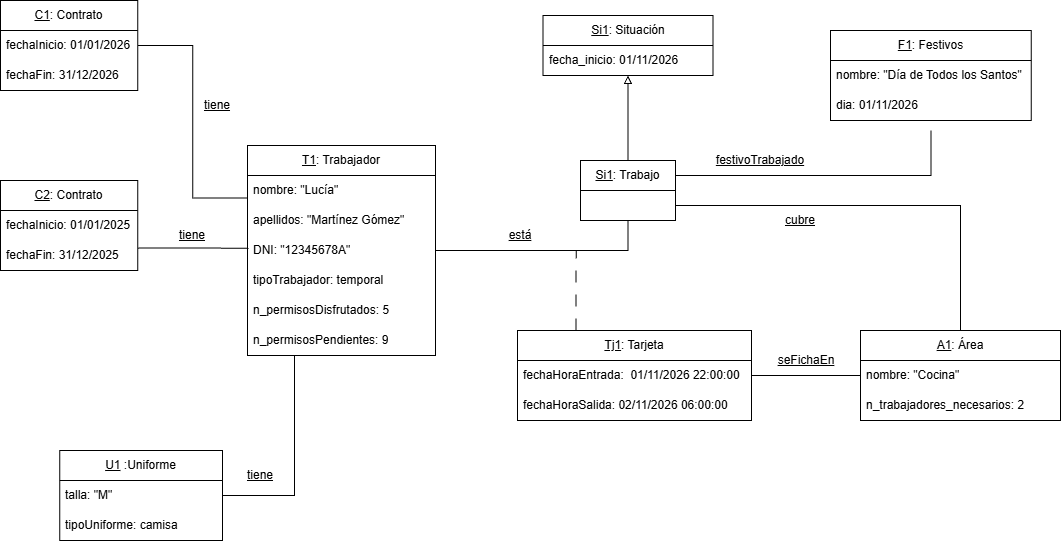
DYL0061/proyecto-curso-iissi1-2026-DYL0061 keeps this draw.io diagram as Imágenes/Diagrama de objetos.png. Above is the earlier version. Source tidied: cells renumbered, new cells last; positions are measured from the earlier drawing's top-left corner, leaving out a move shared by most shapes. Source of this version:
```xml
<mxGraphModel>
  <root>
    <mxCell id="0" />
    <mxCell id="1" parent="0" />
    <mxCell id="2" value="&lt;u&gt;tiene&lt;/u&gt;" style="text;html=1;whiteSpace=wrap;strokeColor=none;fillColor=none;align=center;verticalAlign=middle;rounded=0;" parent="1" vertex="1">
      <mxGeometry x="187" y="90" width="60" height="30" as="geometry" />
    </mxCell>
    <mxCell id="3" style="edgeStyle=orthogonalEdgeStyle;shape=connector;rounded=0;jettySize=auto;html=1;exitX=0;exitY=0.25;exitDx=0;exitDy=0;entryX=1;entryY=0.5;entryDx=0;entryDy=0;strokeColor=default;align=center;verticalAlign=middle;fontFamily=Helvetica;fontSize=11;fontColor=default;labelBackgroundColor=default;defaultLabelBackgroundColor=page;labelPadding=0 4;endArrow=none;endFill=0;" parent="1" edge="1" source="5" target="12">
      <mxGeometry relative="1" as="geometry" />
    </mxCell>
    <mxCell id="4" style="edgeStyle=orthogonalEdgeStyle;shape=connector;rounded=0;jettySize=auto;html=1;exitX=1;exitY=0.5;exitDx=0;exitDy=0;entryX=0.5;entryY=1;entryDx=0;entryDy=0;strokeColor=default;align=center;verticalAlign=middle;fontFamily=Helvetica;fontSize=11;fontColor=default;labelBackgroundColor=default;defaultLabelBackgroundColor=page;labelPadding=0 4;endArrow=none;endFill=0;" parent="1" edge="1" source="5" target="28">
      <mxGeometry relative="1" as="geometry" />
    </mxCell>
    <mxCell id="5" value="&lt;u&gt;T1&lt;/u&gt;: Trabajador" style="swimlane;fontStyle=0;horizontal=1;startSize=30;whiteSpace=wrap;html=1;" parent="1" vertex="1">
      <mxGeometry x="247" y="145" width="188" height="210" as="geometry" />
    </mxCell>
    <mxCell id="6" value="nombre: &quot;Lucía&quot;" style="text;strokeColor=none;fillColor=none;align=left;verticalAlign=middle;spacingLeft=4;spacingRight=4;overflow=hidden;whiteSpace=wrap;html=1;" parent="5" vertex="1">
      <mxGeometry y="30" width="188" height="30" as="geometry" />
    </mxCell>
    <mxCell id="7" value="apellidos: &quot;Martínez Gómez&quot;" style="text;strokeColor=none;fillColor=none;align=left;verticalAlign=middle;spacingLeft=4;spacingRight=4;overflow=hidden;whiteSpace=wrap;html=1;" parent="5" vertex="1">
      <mxGeometry y="60" width="188" height="30" as="geometry" />
    </mxCell>
    <mxCell id="8" value="DNI: &quot;12345678A&quot;" style="text;strokeColor=none;fillColor=none;align=left;verticalAlign=middle;spacingLeft=4;spacingRight=4;overflow=hidden;points=[[0,0.5],[1,0.5]];portConstraint=eastwest;whiteSpace=wrap;html=1;" parent="5" vertex="1">
      <mxGeometry y="90" width="188" height="30" as="geometry" />
    </mxCell>
    <mxCell id="9" value="tipoTrabajador: temporal" style="text;strokeColor=none;fillColor=none;align=left;verticalAlign=middle;spacingLeft=4;spacingRight=4;overflow=hidden;whiteSpace=wrap;html=1;" parent="5" vertex="1">
      <mxGeometry y="120" width="188" height="30" as="geometry" />
    </mxCell>
    <mxCell id="10" value="n_permisosDisfrutados: 5" style="text;strokeColor=none;fillColor=none;align=left;verticalAlign=middle;spacingLeft=4;spacingRight=4;overflow=hidden;whiteSpace=wrap;html=1;" parent="5" vertex="1">
      <mxGeometry y="150" width="188" height="30" as="geometry" />
    </mxCell>
    <mxCell id="11" value="n_permisosPendientes: 9" style="text;strokeColor=none;fillColor=none;align=left;verticalAlign=middle;spacingLeft=4;spacingRight=4;overflow=hidden;whiteSpace=wrap;html=1;" parent="5" vertex="1">
      <mxGeometry y="180" width="188" height="30" as="geometry" />
    </mxCell>
    <mxCell id="12" value="&lt;font style=&quot;font-size: 12px;&quot;&gt;&lt;u&gt;C1&lt;/u&gt;: Contrato&lt;/font&gt;" style="swimlane;fontStyle=0;horizontal=1;startSize=30;whiteSpace=wrap;html=1;fontSize=10;" parent="1" vertex="1">
      <mxGeometry width="137.2" height="90" as="geometry" />
    </mxCell>
    <mxCell id="13" value="&lt;font style=&quot;font-size: 12px;&quot;&gt;fechaInicio: 01/01/2026&lt;/font&gt;" style="text;strokeColor=none;fillColor=none;align=left;verticalAlign=middle;spacingLeft=4;spacingRight=4;overflow=hidden;whiteSpace=wrap;html=1;fontSize=10;" parent="12" vertex="1">
      <mxGeometry y="30" width="137.2" height="30" as="geometry" />
    </mxCell>
    <mxCell id="14" value="&lt;font style=&quot;font-size: 12px;&quot;&gt;fechaFin:&amp;nbsp;&lt;/font&gt;&lt;span style=&quot;font-size: 12px;&quot;&gt;31/12/2026&lt;/span&gt;" style="text;strokeColor=none;fillColor=none;align=left;verticalAlign=middle;spacingLeft=4;spacingRight=4;overflow=hidden;whiteSpace=wrap;html=1;fontSize=10;" parent="12" vertex="1">
      <mxGeometry y="60" width="137.2" height="30" as="geometry" />
    </mxCell>
    <mxCell id="15" value="&lt;u&gt;tiene&lt;/u&gt;" style="text;html=1;whiteSpace=wrap;strokeColor=none;fillColor=none;align=center;verticalAlign=middle;rounded=0;" parent="1" vertex="1">
      <mxGeometry x="230" y="460" width="60" height="30" as="geometry" />
    </mxCell>
    <mxCell id="16" value="&lt;font style=&quot;font-size: 12px;&quot;&gt;&lt;u&gt;C2&lt;/u&gt;: Contrato&lt;/font&gt;" style="swimlane;fontStyle=0;horizontal=1;startSize=30;whiteSpace=wrap;html=1;fontSize=10;" parent="1" vertex="1">
      <mxGeometry y="180" width="137.2" height="90" as="geometry" />
    </mxCell>
    <mxCell id="17" value="&lt;font style=&quot;font-size: 12px;&quot;&gt;fechaInicio: 01/01/2025&lt;/font&gt;" style="text;strokeColor=none;fillColor=none;align=left;verticalAlign=middle;spacingLeft=4;spacingRight=4;overflow=hidden;whiteSpace=wrap;html=1;fontSize=10;" parent="16" vertex="1">
      <mxGeometry y="30" width="137.2" height="30" as="geometry" />
    </mxCell>
    <mxCell id="18" value="&lt;font style=&quot;font-size: 12px;&quot;&gt;fechaFin:&amp;nbsp;31/12/2025&lt;/font&gt;" style="text;strokeColor=none;fillColor=none;align=left;verticalAlign=middle;spacingLeft=4;spacingRight=4;overflow=hidden;whiteSpace=wrap;html=1;fontSize=10;" parent="16" vertex="1">
      <mxGeometry y="60" width="137.2" height="30" as="geometry" />
    </mxCell>
    <mxCell id="19" style="edgeStyle=orthogonalEdgeStyle;shape=connector;rounded=0;jettySize=auto;html=1;exitX=1;exitY=0.75;exitDx=0;exitDy=0;entryX=0.005;entryY=0.425;entryDx=0;entryDy=0;entryPerimeter=0;strokeColor=default;align=center;verticalAlign=middle;fontFamily=Helvetica;fontSize=11;fontColor=default;labelBackgroundColor=default;defaultLabelBackgroundColor=page;labelPadding=0 4;endArrow=none;endFill=0;" parent="1" edge="1" source="16" target="8">
      <mxGeometry relative="1" as="geometry" />
    </mxCell>
    <mxCell id="20" value="&lt;u&gt;tiene&lt;/u&gt;" style="text;html=1;whiteSpace=wrap;strokeColor=none;fillColor=none;align=center;verticalAlign=middle;rounded=0;" parent="1" vertex="1">
      <mxGeometry x="162" y="220" width="60" height="30" as="geometry" />
    </mxCell>
    <mxCell id="21" style="edgeStyle=orthogonalEdgeStyle;shape=connector;rounded=0;jettySize=auto;html=1;exitX=1;exitY=0.5;exitDx=0;exitDy=0;entryX=0.25;entryY=1;entryDx=0;entryDy=0;strokeColor=default;align=center;verticalAlign=middle;fontFamily=Helvetica;fontSize=11;fontColor=default;labelBackgroundColor=default;defaultLabelBackgroundColor=page;labelPadding=0 4;endArrow=none;endFill=0;" parent="1" edge="1" source="22" target="5">
      <mxGeometry relative="1" as="geometry" />
    </mxCell>
    <mxCell id="22" value="&lt;font style=&quot;font-size: 12px;&quot;&gt;&lt;u&gt;U1&lt;/u&gt; :Uniforme&lt;/font&gt;" style="swimlane;fontStyle=0;horizontal=1;startSize=30;whiteSpace=wrap;html=1;fontSize=10;" parent="1" vertex="1">
      <mxGeometry x="59.4" y="450" width="162.6" height="90" as="geometry" />
    </mxCell>
    <mxCell id="23" value="&lt;font style=&quot;font-size: 12px;&quot;&gt;talla: &quot;M&quot;&lt;/font&gt;" style="text;strokeColor=none;fillColor=none;align=left;verticalAlign=middle;spacingLeft=4;spacingRight=4;overflow=hidden;whiteSpace=wrap;html=1;fontSize=10;" parent="22" vertex="1">
      <mxGeometry y="30" width="162.6" height="30" as="geometry" />
    </mxCell>
    <mxCell id="24" value="&lt;font style=&quot;font-size: 12px;&quot;&gt;tipoUniforme: camisa&amp;nbsp;&lt;/font&gt;" style="text;strokeColor=none;fillColor=none;align=left;verticalAlign=middle;spacingLeft=4;spacingRight=4;overflow=hidden;whiteSpace=wrap;html=1;fontSize=10;" parent="22" vertex="1">
      <mxGeometry y="60" width="162.6" height="30" as="geometry" />
    </mxCell>
    <mxCell id="25" value="&lt;u&gt;Si1&lt;/u&gt;: Situación" style="swimlane;fontStyle=0;horizontal=1;startSize=30;whiteSpace=wrap;html=1;fontSize=12;" parent="1" vertex="1">
      <mxGeometry x="542.5" y="15" width="170" height="60" as="geometry" />
    </mxCell>
    <mxCell id="26" value="fecha_inicio: 01/11/2026" style="text;strokeColor=none;fillColor=none;align=left;verticalAlign=middle;spacingLeft=4;spacingRight=4;overflow=hidden;whiteSpace=wrap;html=1;" parent="25" vertex="1">
      <mxGeometry y="30" width="170" height="30" as="geometry" />
    </mxCell>
    <mxCell id="27" style="edgeStyle=orthogonalEdgeStyle;shape=connector;rounded=0;jettySize=auto;html=1;exitX=0.5;exitY=0;exitDx=0;exitDy=0;entryX=0.5;entryY=1;entryDx=0;entryDy=0;strokeColor=default;align=center;verticalAlign=middle;fontFamily=Helvetica;fontSize=11;fontColor=default;labelBackgroundColor=default;defaultLabelBackgroundColor=page;labelPadding=0 4;endArrow=block;endFill=0;" parent="1" edge="1" source="28" target="25">
      <mxGeometry relative="1" as="geometry" />
    </mxCell>
    <mxCell id="28" value="&lt;font style=&quot;font-size: 12px;&quot;&gt;&lt;u&gt;Si1&lt;/u&gt;: Trabajo&lt;/font&gt;" style="swimlane;fontStyle=0;horizontal=1;startSize=30;whiteSpace=wrap;html=1;fontSize=10;" parent="1" vertex="1">
      <mxGeometry x="580" y="160" width="95" height="60" as="geometry" />
    </mxCell>
    <mxCell id="29" style="edgeStyle=orthogonalEdgeStyle;shape=connector;rounded=0;jettySize=auto;html=1;exitX=0.25;exitY=0;exitDx=0;exitDy=0;strokeColor=default;align=center;verticalAlign=middle;fontFamily=Helvetica;fontSize=11;fontColor=default;labelBackgroundColor=default;defaultLabelBackgroundColor=page;labelPadding=0 4;endArrow=none;endFill=0;dashed=1;dashPattern=12 12;" parent="1" edge="1" source="31">
      <mxGeometry relative="1" as="geometry">
        <mxPoint x="575.7" y="250" as="targetPoint" />
      </mxGeometry>
    </mxCell>
    <mxCell id="30" style="edgeStyle=orthogonalEdgeStyle;shape=connector;rounded=0;jettySize=auto;html=1;exitX=1;exitY=0.5;exitDx=0;exitDy=0;entryX=0;entryY=0.5;entryDx=0;entryDy=0;strokeColor=default;align=center;verticalAlign=middle;fontFamily=Helvetica;fontSize=11;fontColor=default;labelBackgroundColor=default;defaultLabelBackgroundColor=page;labelPadding=0 4;endArrow=none;endFill=0;" parent="1" edge="1" source="31" target="41">
      <mxGeometry relative="1" as="geometry" />
    </mxCell>
    <mxCell id="31" value="&lt;u&gt;Tj1&lt;/u&gt;: Tarjeta" style="swimlane;fontStyle=0;horizontal=1;startSize=30;whiteSpace=wrap;html=1;fontSize=12;" parent="1" vertex="1">
      <mxGeometry x="517" y="330" width="234" height="90" as="geometry" />
    </mxCell>
    <mxCell id="32" value="fechaHoraEntrada:&amp;nbsp; 01/11/2026 22:00:00" style="text;strokeColor=none;fillColor=none;align=left;verticalAlign=middle;spacingLeft=4;spacingRight=4;overflow=hidden;whiteSpace=wrap;html=1;fontSize=12;spacing=2;" parent="31" vertex="1">
      <mxGeometry y="30" width="234" height="30" as="geometry" />
    </mxCell>
    <mxCell id="33" value="fechaHoraSalida: 02/11/2026 06:00:00" style="text;strokeColor=none;fillColor=none;align=left;verticalAlign=middle;spacingLeft=4;spacingRight=4;overflow=hidden;whiteSpace=wrap;html=1;" parent="31" vertex="1">
      <mxGeometry y="60" width="234" height="30" as="geometry" />
    </mxCell>
    <mxCell id="34" value="&lt;u&gt;está&lt;/u&gt;" style="text;html=1;whiteSpace=wrap;strokeColor=none;fillColor=none;align=center;verticalAlign=middle;rounded=0;" parent="1" vertex="1">
      <mxGeometry x="490" y="220" width="60" height="30" as="geometry" />
    </mxCell>
    <mxCell id="35" value="&lt;font style=&quot;font-size: 12px;&quot;&gt;&lt;u&gt;F1&lt;/u&gt;: Festivos&lt;/font&gt;" style="swimlane;fontStyle=0;horizontal=1;startSize=30;whiteSpace=wrap;html=1;fontSize=10;" parent="1" vertex="1">
      <mxGeometry x="830" y="30" width="200.8" height="90" as="geometry" />
    </mxCell>
    <mxCell id="36" value="&lt;font style=&quot;font-size: 12px;&quot;&gt;nombre: &quot;Día de Todos los Santos&quot;&lt;/font&gt;" style="text;strokeColor=none;fillColor=none;align=left;verticalAlign=middle;spacingLeft=4;spacingRight=4;overflow=hidden;whiteSpace=wrap;html=1;fontSize=10;" parent="35" vertex="1">
      <mxGeometry y="30" width="200.8" height="30" as="geometry" />
    </mxCell>
    <mxCell id="37" value="&lt;font style=&quot;font-size: 12px;&quot;&gt;dia: 01/11/2026&lt;/font&gt;" style="text;strokeColor=none;fillColor=none;align=left;verticalAlign=middle;spacingLeft=4;spacingRight=4;overflow=hidden;whiteSpace=wrap;html=1;fontSize=10;" parent="35" vertex="1">
      <mxGeometry y="60" width="200.8" height="30" as="geometry" />
    </mxCell>
    <mxCell id="38" style="edgeStyle=orthogonalEdgeStyle;shape=connector;rounded=0;jettySize=auto;html=1;exitX=1;exitY=0.25;exitDx=0;exitDy=0;strokeColor=default;align=center;verticalAlign=middle;fontFamily=Helvetica;fontSize=11;fontColor=default;labelBackgroundColor=default;defaultLabelBackgroundColor=page;labelPadding=0 4;endArrow=none;endFill=0;" parent="1" edge="1" source="28">
      <mxGeometry x="-0.09" relative="1" as="geometry">
        <mxPoint x="930.4" y="130" as="targetPoint" />
      </mxGeometry>
    </mxCell>
    <mxCell id="39" value="&lt;u&gt;festivoTrabajado&lt;/u&gt;" style="text;html=1;whiteSpace=wrap;strokeColor=none;fillColor=none;align=center;verticalAlign=middle;rounded=0;" parent="1" vertex="1">
      <mxGeometry x="730" y="145" width="60" height="30" as="geometry" />
    </mxCell>
    <mxCell id="40" style="edgeStyle=orthogonalEdgeStyle;shape=connector;rounded=0;jettySize=auto;html=1;exitX=0.5;exitY=0;exitDx=0;exitDy=0;entryX=1;entryY=0.75;entryDx=0;entryDy=0;strokeColor=default;align=center;verticalAlign=middle;fontFamily=Helvetica;fontSize=11;fontColor=default;labelBackgroundColor=default;defaultLabelBackgroundColor=page;labelPadding=0 4;endArrow=none;endFill=0;" parent="1" edge="1" source="41" target="28">
      <mxGeometry relative="1" as="geometry" />
    </mxCell>
    <mxCell id="41" value="&lt;u&gt;A1&lt;/u&gt;: Área" style="swimlane;fontStyle=0;horizontal=1;startSize=30;whiteSpace=wrap;html=1;" parent="1" vertex="1">
      <mxGeometry x="860" y="330" width="200" height="90" as="geometry" />
    </mxCell>
    <mxCell id="42" value="&lt;font style=&quot;font-size: 12px;&quot;&gt;nombre: &quot;Cocina&quot;&lt;/font&gt;" style="text;strokeColor=none;fillColor=none;align=left;verticalAlign=middle;spacingLeft=4;spacingRight=4;overflow=hidden;whiteSpace=wrap;html=1;fontSize=11;" parent="41" vertex="1">
      <mxGeometry y="30" width="200" height="30" as="geometry" />
    </mxCell>
    <mxCell id="43" value="&lt;font style=&quot;font-size: 12px;&quot;&gt;n_trabajadores_necesarios: 2&lt;/font&gt;" style="text;strokeColor=none;fillColor=none;align=left;verticalAlign=middle;spacingLeft=4;spacingRight=4;overflow=hidden;whiteSpace=wrap;html=1;fontSize=11;" parent="41" vertex="1">
      <mxGeometry y="60" width="200" height="30" as="geometry" />
    </mxCell>
    <mxCell id="44" value="&lt;u&gt;cubre&lt;/u&gt;" style="text;html=1;whiteSpace=wrap;strokeColor=none;fillColor=none;align=center;verticalAlign=middle;rounded=0;" parent="1" vertex="1">
      <mxGeometry x="770" y="205" width="60" height="30" as="geometry" />
    </mxCell>
    <mxCell id="45" value="&lt;u&gt;seFichaEn&lt;/u&gt;" style="text;html=1;whiteSpace=wrap;strokeColor=none;fillColor=none;align=center;verticalAlign=middle;rounded=0;" parent="1" vertex="1">
      <mxGeometry x="776" y="345" width="60" height="30" as="geometry" />
    </mxCell>
  </root>
</mxGraphModel>
```
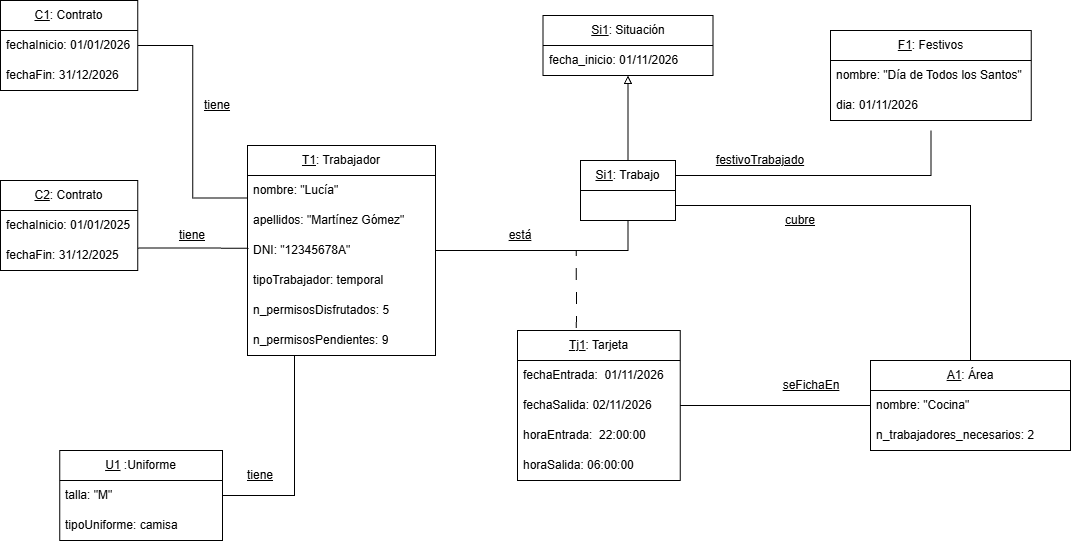
After the commit.

What changed in the source:
```diff
@@ -83,7 +83,7 @@
     <mxCell id="28" value="&lt;font style=&quot;font-size: 12px;&quot;&gt;&lt;u&gt;Si1&lt;/u&gt;: Trabajo&lt;/font&gt;" style="swimlane;fontStyle=0;horizontal=1;startSize=30;whiteSpace=wrap;html=1;fontSize=10;" parent="1" vertex="1">
       <mxGeometry x="580" y="160" width="95" height="60" as="geometry" />
     </mxCell>
-    <mxCell id="29" style="edgeStyle=orthogonalEdgeStyle;shape=connector;rounded=0;jettySize=auto;html=1;exitX=0.25;exitY=0;exitDx=0;exitDy=0;strokeColor=default;align=center;verticalAlign=middle;fontFamily=Helvetica;fontSize=11;fontColor=default;labelBackgroundColor=default;defaultLabelBackgroundColor=page;labelPadding=0 4;endArrow=none;endFill=0;dashed=1;dashPattern=12 12;" parent="1" edge="1" source="31">
+    <mxCell id="29" style="edgeStyle=orthogonalEdgeStyle;shape=connector;rounded=0;jettySize=auto;html=1;exitX=0.362;exitY=-0.016;exitDx=0;exitDy=0;strokeColor=default;align=center;verticalAlign=middle;fontFamily=Helvetica;fontSize=11;fontColor=default;labelBackgroundColor=default;defaultLabelBackgroundColor=page;labelPadding=0 4;endArrow=none;endFill=0;dashed=1;dashPattern=12 12;exitPerimeter=0;" parent="1" edge="1" source="31">
       <mxGeometry relative="1" as="geometry">
         <mxPoint x="575.7" y="250" as="targetPoint" />
       </mxGeometry>
@@ -92,14 +92,20 @@
       <mxGeometry relative="1" as="geometry" />
     </mxCell>
     <mxCell id="31" value="&lt;u&gt;Tj1&lt;/u&gt;: Tarjeta" style="swimlane;fontStyle=0;horizontal=1;startSize=30;whiteSpace=wrap;html=1;fontSize=12;" parent="1" vertex="1">
-      <mxGeometry x="517" y="330" width="234" height="90" as="geometry" />
+      <mxGeometry x="517" y="330" width="162.6" height="150" as="geometry" />
     </mxCell>
-    <mxCell id="32" value="fechaHoraEntrada:&amp;nbsp; 01/11/2026 22:00:00" style="text;strokeColor=none;fillColor=none;align=left;verticalAlign=middle;spacingLeft=4;spacingRight=4;overflow=hidden;whiteSpace=wrap;html=1;fontSize=12;spacing=2;" parent="31" vertex="1">
-      <mxGeometry y="30" width="234" height="30" as="geometry" />
+    <mxCell id="32" value="fechaEntrada:&amp;nbsp; 01/11/2026" style="text;strokeColor=none;fillColor=none;align=left;verticalAlign=middle;spacingLeft=4;spacingRight=4;overflow=hidden;whiteSpace=wrap;html=1;fontSize=12;spacing=2;" parent="31" vertex="1">
+      <mxGeometry y="30" width="162.6" height="30" as="geometry" />
     </mxCell>
-    <mxCell id="33" value="fechaHoraSalida: 02/11/2026 06:00:00" style="text;strokeColor=none;fillColor=none;align=left;verticalAlign=middle;spacingLeft=4;spacingRight=4;overflow=hidden;whiteSpace=wrap;html=1;" parent="31" vertex="1">
-      <mxGeometry y="60" width="234" height="30" as="geometry" />
+    <mxCell id="33" value="fechaSalida: 02/11/2026" style="text;strokeColor=none;fillColor=none;align=left;verticalAlign=middle;spacingLeft=4;spacingRight=4;overflow=hidden;whiteSpace=wrap;html=1;" parent="31" vertex="1">
+      <mxGeometry y="60" width="162.6" height="30" as="geometry" />
     </mxCell>
+    <mxCell id="46" value="horaEntrada:&amp;nbsp; 22:00:00" style="text;strokeColor=none;fillColor=none;align=left;verticalAlign=middle;spacingLeft=4;spacingRight=4;overflow=hidden;whiteSpace=wrap;html=1;fontSize=12;spacing=2;" parent="31" vertex="1">
+      <mxGeometry y="90" width="162.6" height="30" as="geometry" />
+    </mxCell>
+    <mxCell id="47" value="horaSalida: 06:00:00" style="text;strokeColor=none;fillColor=none;align=left;verticalAlign=middle;spacingLeft=4;spacingRight=4;overflow=hidden;whiteSpace=wrap;html=1;" parent="31" vertex="1">
+      <mxGeometry y="120" width="162.6" height="30" as="geometry" />
+    </mxCell>
     <mxCell id="34" value="&lt;u&gt;está&lt;/u&gt;" style="text;html=1;whiteSpace=wrap;strokeColor=none;fillColor=none;align=center;verticalAlign=middle;rounded=0;" parent="1" vertex="1">
       <mxGeometry x="490" y="220" width="60" height="30" as="geometry" />
     </mxCell>
@@ -124,7 +130,7 @@
       <mxGeometry relative="1" as="geometry" />
     </mxCell>
     <mxCell id="41" value="&lt;u&gt;A1&lt;/u&gt;: Área" style="swimlane;fontStyle=0;horizontal=1;startSize=30;whiteSpace=wrap;html=1;" parent="1" vertex="1">
-      <mxGeometry x="860" y="330" width="200" height="90" as="geometry" />
+      <mxGeometry x="870" y="360" width="200" height="90" as="geometry" />
     </mxCell>
     <mxCell id="42" value="&lt;font style=&quot;font-size: 12px;&quot;&gt;nombre: &quot;Cocina&quot;&lt;/font&gt;" style="text;strokeColor=none;fillColor=none;align=left;verticalAlign=middle;spacingLeft=4;spacingRight=4;overflow=hidden;whiteSpace=wrap;html=1;fontSize=11;" parent="41" vertex="1">
       <mxGeometry y="30" width="200" height="30" as="geometry" />
@@ -136,7 +142,7 @@
       <mxGeometry x="770" y="205" width="60" height="30" as="geometry" />
     </mxCell>
     <mxCell id="45" value="&lt;u&gt;seFichaEn&lt;/u&gt;" style="text;html=1;whiteSpace=wrap;strokeColor=none;fillColor=none;align=center;verticalAlign=middle;rounded=0;" parent="1" vertex="1">
-      <mxGeometry x="776" y="345" width="60" height="30" as="geometry" />
+      <mxGeometry x="781" y="370" width="60" height="30" as="geometry" />
     </mxCell>
   </root>
 </mxGraphModel>
```
